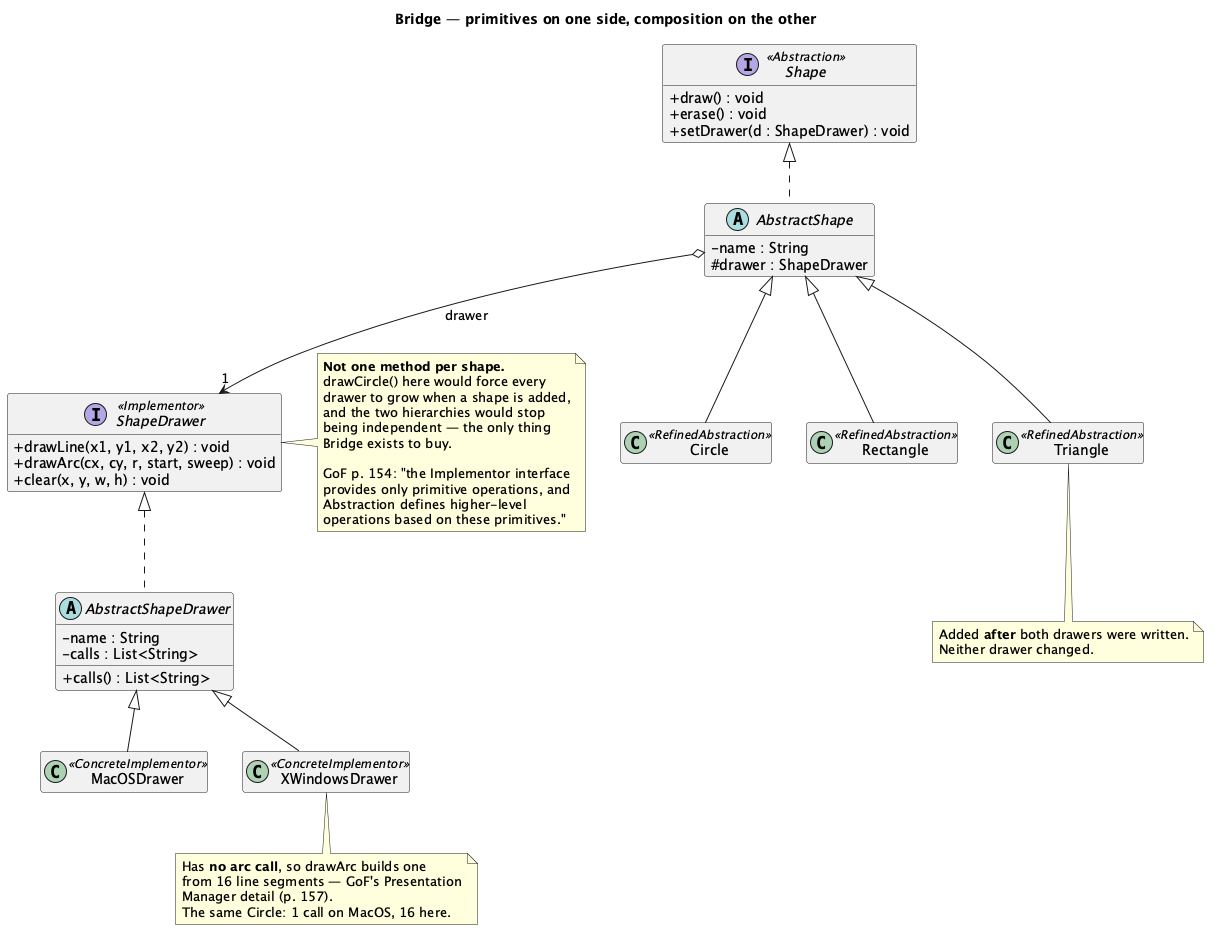
kaldiroglu/DesignPatternsWithJava keeps this PlantUML diagram as src/main/java/dev/kaldiroglu/dp/structural/bridge/shape/solution/uml/Bridge - Shape (Pattern) - Class Diagram.png. Above is the earlier version.
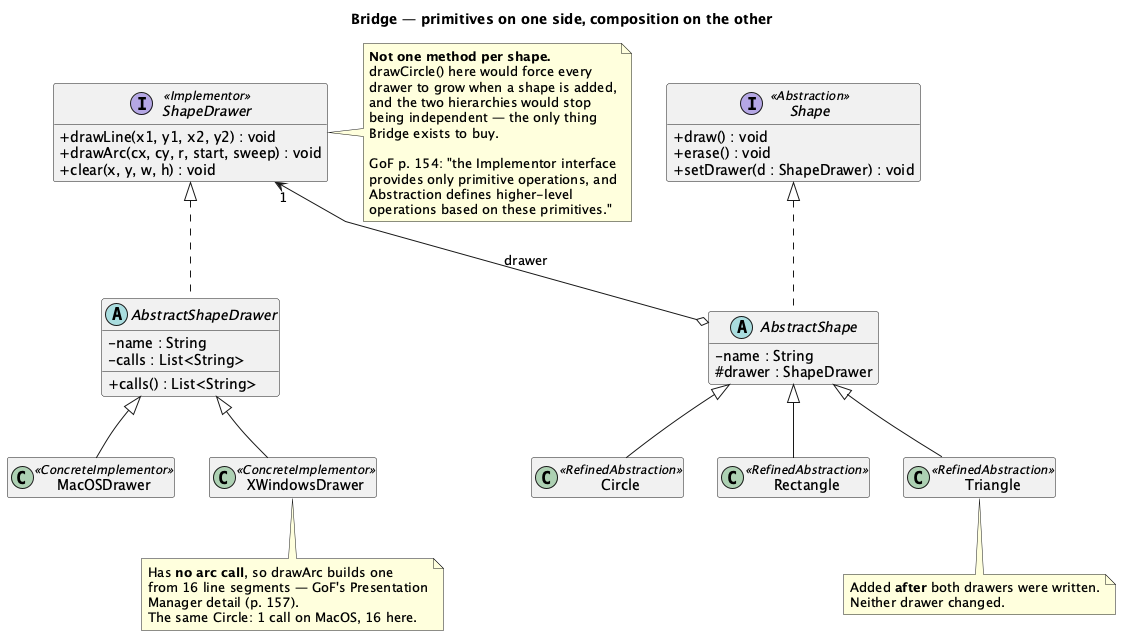
The same diagram one commit later.

Change to the diagram source:
```diff
@@ -1,4 +1,5 @@
-@startuml "Bridge - Shape (Pattern) - Class Diagram"
+@startuml
+skinparam linetype polyline
 skinparam classAttributeIconSize 0
 hide empty members
 title Bridge — primitives on one side, composition on the other
@@ -38,7 +39,6 @@
 AbstractShape <|-- Circle
 AbstractShape <|-- Rectangle
 AbstractShape <|-- Triangle
-AbstractShape o--> "1" ShapeDrawer : drawer
 ShapeDrawer <|.. AbstractShapeDrawer
 AbstractShapeDrawer <|-- MacOSDrawer
 AbstractShapeDrawer <|-- XWindowsDrawer
@@ -69,4 +69,9 @@
   Neither drawer changed.
 end note
 
+AbstractShape o-[norank]-> "1" ShapeDrawer : drawer
+AbstractShape -[hidden]- Circle
+AbstractShape -[hidden]- Triangle
+AbstractShapeDrawer -[hidden]- MacOSDrawer
+AbstractShapeDrawer -[hidden]- XWindowsDrawer
 @enduml
```
